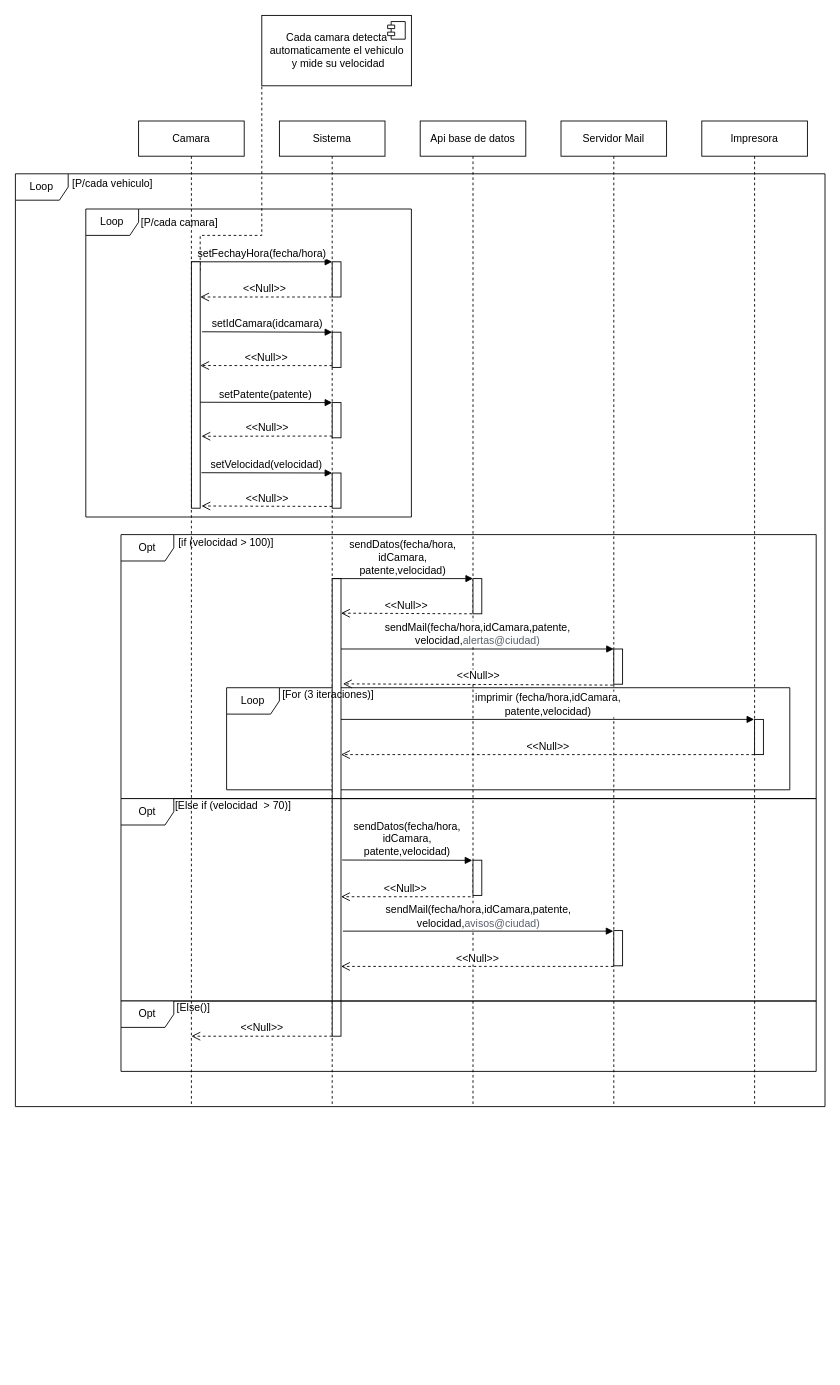
Above: diagrama/Trabajo Practico.drawio in Leonardo1190/izo-isw1-tpds (draw.io), before the change. Source tidied: cells renumbered, new cells numbered last; positions are measured from the earlier drawing's top-left corner, leaving out a move shared by most shapes. Both pictures are drawn from the tidied source at 88%, with x=0, y=0 at pixel (15, 15).
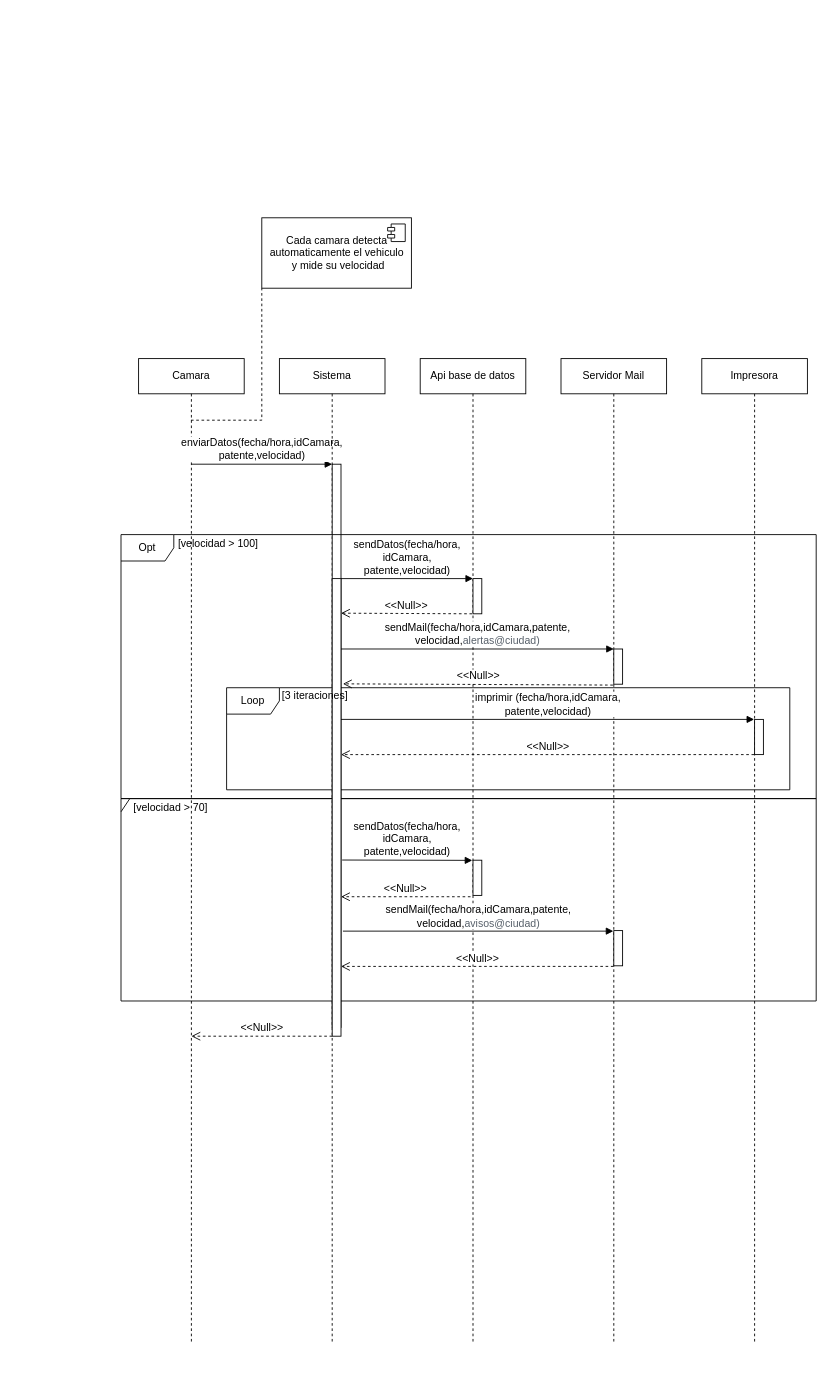
The same diagram, later.

The change refers to these unchanged cells:
```xml
<mxCell id="31" style="html=1;points=[];perimeter=orthogonalPerimeter;fontSize=12;" parent="1" vertex="1">
  <mxGeometry x="360" y="640" width="10" height="520" as="geometry" />
</mxCell>
<mxCell id="32" style="html=1;points=[];perimeter=orthogonalPerimeter;fontSize=12;" parent="1" vertex="1">
  <mxGeometry x="520" y="640" width="10" height="40" as="geometry" />
</mxCell>
```

The edit, as a diff of the source:
```diff
@@
-    <mxCell id="2" value="Loop" style="shape=umlFrame;whiteSpace=wrap;html=1;fontFamily=Helvetica;fontSize=12;" parent="1" vertex="1">
-      <mxGeometry y="180" width="920" height="1060" as="geometry" />
-    </mxCell>
-    <mxCell id="3" value="Loop" style="shape=umlFrame;whiteSpace=wrap;html=1;fontFamily=Helvetica;fontSize=12;" parent="1" vertex="1">
-      <mxGeometry x="240" y="764" width="640" height="116" as="geometry" />
-    </mxCell>
-    <mxCell id="4" value="Loop" style="shape=umlFrame;whiteSpace=wrap;html=1;fontSize=12;" parent="1" vertex="1">
-      <mxGeometry x="80" y="220" width="370" height="350" as="geometry" />
-    </mxCell>
-    <mxCell id="5" value="Sistema" style="shape=umlLifeline;perimeter=lifelinePerimeter;whiteSpace=wrap;html=1;outlineConnect=0;size=40;" parent="1" vertex="1">
-      <mxGeometry x="300" y="120" width="120" height="1120" as="geometry" />
-    </mxCell>
-    <mxCell id="6" value="Servidor Mail" style="shape=umlLifeline;perimeter=lifelinePerimeter;whiteSpace=wrap;html=1;outlineConnect=0;" parent="1" vertex="1">
-      <mxGeometry x="620" y="120" width="120" height="1120" as="geometry" />
-    </mxCell>
-    <mxCell id="7" style="html=1;points=[];perimeter=orthogonalPerimeter;fontSize=12;" parent="6" vertex="1">
-      <mxGeometry x="60" y="600" width="10" height="40" as="geometry" />
-    </mxCell>
-    <mxCell id="8" style="html=1;points=[];perimeter=orthogonalPerimeter;fontFamily=Helvetica;fontSize=12;" parent="6" vertex="1">
-      <mxGeometry x="60" y="920" width="10" height="40" as="geometry" />
-    </mxCell>
-    <mxCell id="9" value="Impresora" style="shape=umlLifeline;perimeter=lifelinePerimeter;whiteSpace=wrap;html=1;outlineConnect=0;" parent="1" vertex="1">
-      <mxGeometry x="780" y="120" width="120" height="1120" as="geometry" />
-    </mxCell>
-    <mxCell id="10" style="html=1;perimeter=orthogonalPerimeter;fontFamily=Helvetica;fontSize=12;" parent="9" vertex="1">
-      <mxGeometry x="60" y="680" width="10" height="40" as="geometry" />
-    </mxCell>
-    <mxCell id="11" value="Api base de datos" style="shape=umlLifeline;perimeter=lifelinePerimeter;whiteSpace=wrap;html=1;" parent="1" vertex="1">
-      <mxGeometry x="460" y="120" width="120" height="1120" as="geometry" />
-    </mxCell>
-    <mxCell id="12" style="html=1;points=[];perimeter=orthogonalPerimeter;fontFamily=Helvetica;fontSize=12;" parent="11" vertex="1">
-      <mxGeometry x="60" y="840" width="10" height="40" as="geometry" />
-    </mxCell>
-    <mxCell id="13" value="&lt;font style=&quot;font-size: 12px;&quot;&gt;setFechayHora(fecha/hora)&lt;br&gt;&lt;/font&gt;" style="html=1;verticalAlign=bottom;endArrow=block;entryX=0;entryY=0;rounded=0;" parent="1" edge="1" source="24" target="26">
-      <mxGeometry relative="1" as="geometry" />
-    </mxCell>
-    <mxCell id="14" value="&lt;font style=&quot;font-size: 12px;&quot;&gt;&amp;lt;&amp;lt;Null&amp;gt;&amp;gt;&lt;/font&gt;" style="html=1;verticalAlign=bottom;endArrow=open;dashed=1;endSize=8;rounded=0;" parent="1" edge="1" source="5">
-      <mxGeometry x="0.03" relative="1" as="geometry">
-        <mxPoint x="210" y="320" as="targetPoint" />
-        <Array as="points">
-          <mxPoint x="340" y="320" />
-          <mxPoint x="300" y="320" />
-        </Array>
-      </mxGeometry>
-    </mxCell>
-    <mxCell id="15" value="&amp;lt;&amp;lt;Null&amp;gt;&amp;gt;" style="html=1;verticalAlign=bottom;endArrow=open;dashed=1;endSize=8;exitX=0;exitY=0.95;rounded=0;fontSize=12;entryX=1;entryY=0.421;entryDx=0;entryDy=0;entryPerimeter=0;" parent="1" edge="1" source="27" target="25">
-      <mxGeometry relative="1" as="geometry" />
-    </mxCell>
-    <mxCell id="16" value="setIdCamara(idcamara)" style="html=1;verticalAlign=bottom;endArrow=block;entryX=0;entryY=0;rounded=0;fontSize=12;exitX=1.21;exitY=0.284;exitDx=0;exitDy=0;exitPerimeter=0;" parent="1" edge="1" source="25" target="27">
-      <mxGeometry relative="1" as="geometry" />
-    </mxCell>
-    <mxCell id="17" value="setPatente(patente)" style="html=1;verticalAlign=bottom;endArrow=block;entryX=0;entryY=0;rounded=0;fontSize=12;exitX=0.934;exitY=0.57;exitDx=0;exitDy=0;exitPerimeter=0;" parent="1" edge="1" source="25" target="28">
-      <mxGeometry relative="1" as="geometry" />
-    </mxCell>
-    <mxCell id="18" value="&amp;lt;&amp;lt;Null&amp;gt;&amp;gt;" style="html=1;verticalAlign=bottom;endArrow=open;dashed=1;endSize=8;exitX=0;exitY=0.95;rounded=0;fontSize=12;entryX=1.141;entryY=0.708;entryDx=0;entryDy=0;entryPerimeter=0;" parent="1" edge="1" source="28" target="25">
-      <mxGeometry relative="1" as="geometry" />
-    </mxCell>
-    <mxCell id="19" value="&amp;lt;&amp;lt;Null&amp;gt;&amp;gt;" style="html=1;verticalAlign=bottom;endArrow=open;dashed=1;endSize=8;exitX=0;exitY=0.95;rounded=0;fontSize=12;entryX=1.141;entryY=0.991;entryDx=0;entryDy=0;entryPerimeter=0;" parent="1" edge="1" source="29" target="25">
-      <mxGeometry relative="1" as="geometry" />
-    </mxCell>
-    <mxCell id="20" value="setVelocidad(velocidad)" style="html=1;verticalAlign=bottom;endArrow=block;entryX=0;entryY=0;rounded=0;fontSize=12;exitX=1.141;exitY=0.856;exitDx=0;exitDy=0;exitPerimeter=0;" parent="1" edge="1" source="25" target="29">
-      <mxGeometry relative="1" as="geometry" />
-    </mxCell>
+    <mxCell id="52" style="group;" parent="1" vertex="1">
+      <mxGeometry x="140" y="40" width="770" height="1500" as="geometry" />
+    </mxCell>
+    <mxCell id="53" style="group;" parent="52" vertex="1">
+      <mxGeometry x="60" y="190" width="710" height="1310" as="geometry" />
+    </mxCell>
-    <mxCell id="21" value="Cada camara detecta &lt;br&gt;automaticamente el vehiculo&lt;br&gt;&amp;nbsp;y mide su velocidad" style="html=1;fontSize=12;" parent="1" vertex="1">
-      <mxGeometry x="280" width="170" height="80" as="geometry" />
+    <mxCell id="21" value="Cada camara detecta &lt;br&gt;automaticamente el vehiculo&lt;br&gt;&amp;nbsp;y mide su velocidad" style="html=1;fontSize=12;" parent="53" vertex="1">
+      <mxGeometry x="80" width="170" height="80" as="geometry" />
     </mxCell>
@@
-    <mxCell id="23" style="endArrow=none;dashed=1;html=1;rounded=0;fontSize=12;entryX=0;entryY=1;entryDx=0;entryDy=0;" parent="1" edge="1" target="21">
+    <mxCell id="23" style="endArrow=none;dashed=1;html=1;rounded=0;fontSize=12;entryX=0;entryY=1;entryDx=0;entryDy=0;" parent="53" edge="1" source="24" target="21">
       <mxGeometry relative="1" as="geometry">
-        <mxPoint x="210" y="290" as="sourcePoint" />
         <Array as="points">
-          <mxPoint x="210" y="250" />
-          <mxPoint x="280" y="250" />
+          <mxPoint x="10" y="230" />
+          <mxPoint x="80" y="230" />
         </Array>
       </mxGeometry>
     </mxCell>
-    <mxCell id="24" value="Camara" style="shape=umlLifeline;perimeter=lifelinePerimeter;whiteSpace=wrap;html=1;outlineConnect=0;size=40;" parent="1" vertex="1">
-      <mxGeometry x="140" y="120" width="120" height="1120" as="geometry" />
+    <mxCell id="24" value="Camara" style="shape=umlLifeline;perimeter=lifelinePerimeter;whiteSpace=wrap;html=1;outlineConnect=0;size=40;" parent="53" vertex="1">
+      <mxGeometry x="-60" y="160" width="120" height="1120" as="geometry" />
     </mxCell>
-    <mxCell id="25" style="html=1;points=[];perimeter=orthogonalPerimeter;" parent="1" vertex="1">
-      <mxGeometry x="200" y="280" width="10" height="280" as="geometry" />
-    </mxCell>
-    <mxCell id="26" style="html=1;points=[];perimeter=orthogonalPerimeter;" parent="1" vertex="1">
-      <mxGeometry x="360" y="280" width="10" height="40" as="geometry" />
-    </mxCell>
-    <mxCell id="27" style="html=1;points=[];perimeter=orthogonalPerimeter;fontSize=12;" parent="1" vertex="1">
-      <mxGeometry x="360" y="360" width="10" height="40" as="geometry" />
-    </mxCell>
-    <mxCell id="28" style="html=1;points=[];perimeter=orthogonalPerimeter;fontSize=12;" parent="1" vertex="1">
-      <mxGeometry x="360" y="440" width="10" height="40" as="geometry" />
-    </mxCell>
-    <mxCell id="29" style="html=1;points=[];perimeter=orthogonalPerimeter;fontSize=12;" parent="1" vertex="1">
-      <mxGeometry x="360" y="520" width="10" height="40" as="geometry" />
-    </mxCell>
-    <mxCell id="30" value=" [P/cada camara]" style="text;align=center;fontStyle=0;verticalAlign=middle;spacingLeft=3;spacingRight=3;strokeColor=none;fontSize=12;" parent="1" vertex="1">
-      <mxGeometry x="140" y="220" width="90" height="30" as="geometry" />
-    </mxCell>
+    <mxCell id="13" value="&lt;font style=&quot;font-size: 12px;&quot;&gt;enviarDatos(fecha/hora,idCamara,&lt;br&gt;patente,velocidad)&lt;br&gt;&lt;/font&gt;" style="html=1;verticalAlign=bottom;endArrow=block;entryX=0;entryY=0;rounded=0;" parent="53" edge="1">
+      <mxGeometry relative="1" as="geometry">
+        <mxPoint y="280" as="sourcePoint" />
+        <mxPoint x="160" y="280" as="targetPoint" />
+      </mxGeometry>
+    </mxCell>
+    <mxCell id="5" value="Sistema" style="shape=umlLifeline;perimeter=lifelinePerimeter;whiteSpace=wrap;html=1;outlineConnect=0;size=40;" parent="53" vertex="1">
+      <mxGeometry x="100" y="160" width="120" height="1120" as="geometry" />
+    </mxCell>
+    <mxCell id="54" style="html=1;perimeter=orthogonalPerimeter;" parent="53" vertex="1">
+      <mxGeometry x="160" y="280" width="10" height="640" as="geometry" />
+    </mxCell>
+    <mxCell id="50" style="shape=umlFrame;whiteSpace=wrap;html=1;fontFamily=Helvetica;fontSize=12;width=10;height=15;" parent="53" vertex="1">
+      <mxGeometry x="-80" y="660" width="790" height="230" as="geometry" />
+    </mxCell>
+    <mxCell id="11" value="Api base de datos" style="shape=umlLifeline;perimeter=lifelinePerimeter;whiteSpace=wrap;html=1;" parent="52" vertex="1">
+      <mxGeometry x="320" y="350" width="120" height="1120" as="geometry" />
+    </mxCell>
+    <mxCell id="6" value="Servidor Mail" style="shape=umlLifeline;perimeter=lifelinePerimeter;whiteSpace=wrap;html=1;outlineConnect=0;" parent="52" vertex="1">
+      <mxGeometry x="480" y="350" width="120" height="1120" as="geometry" />
+    </mxCell>
+    <mxCell id="9" value="Impresora" style="shape=umlLifeline;perimeter=lifelinePerimeter;whiteSpace=wrap;html=1;outlineConnect=0;" parent="52" vertex="1">
+      <mxGeometry x="640" y="350" width="120" height="1120" as="geometry" />
+    </mxCell>
+    <mxCell id="49" value="Opt" style="shape=umlFrame;whiteSpace=wrap;html=1;fontFamily=Helvetica;fontSize=12;" parent="52" vertex="1">
+      <mxGeometry x="-20" y="550" width="790" height="300" as="geometry" />
+    </mxCell>
+    <mxCell id="3" value="Loop" style="shape=umlFrame;whiteSpace=wrap;html=1;fontFamily=Helvetica;fontSize=12;" parent="1" vertex="1">
+      <mxGeometry x="240" y="764" width="640" height="116" as="geometry" />
+    </mxCell>
@@
-    <mxCell id="33" value="sendDatos(fecha/hora,&lt;br&gt;idCamara,&lt;br&gt;patente,velocidad)" style="html=1;verticalAlign=bottom;endArrow=block;rounded=0;fontSize=12;entryX=0;entryY=0;entryDx=0;entryDy=0;entryPerimeter=0;exitX=0;exitY=0;exitDx=0;exitDy=0;exitPerimeter=0;" parent="1" edge="1" source="31" target="32">
-      <mxGeometry relative="1" as="geometry" />
+    <mxCell id="33" value="sendDatos(fecha/hora,&lt;br&gt;idCamara,&lt;br&gt;patente,velocidad)" style="html=1;verticalAlign=bottom;endArrow=block;rounded=0;fontSize=12;entryX=0;entryY=0;entryDx=0;entryDy=0;entryPerimeter=0;" parent="1" edge="1" target="32">
+      <mxGeometry relative="1" as="geometry">
+        <mxPoint x="370" y="640" as="sourcePoint" />
+      </mxGeometry>
     </mxCell>
@@
-    <mxCell id="39" value=" [For (3 iteraciones)]" style="text;align=center;fontStyle=0;verticalAlign=middle;spacingLeft=3;spacingRight=3;strokeColor=none;fontSize=12;" parent="1" vertex="1">
-      <mxGeometry x="309" y="756" width="90" height="30" as="geometry" />
+    <mxCell id="39" value=" [3 iteraciones]" style="text;align=center;fontStyle=0;verticalAlign=middle;spacingLeft=3;spacingRight=3;strokeColor=none;fontSize=12;" parent="1" vertex="1">
+      <mxGeometry x="294" y="757" width="90" height="30" as="geometry" />
     </mxCell>
-    <mxCell id="40" value=" [if (velocidad &gt; 100)]" style="text;align=center;fontStyle=0;verticalAlign=middle;spacingLeft=3;spacingRight=3;strokeColor=none;fontSize=12;" parent="1" vertex="1">
-      <mxGeometry x="193" y="583" width="90" height="30" as="geometry" />
+    <mxCell id="40" value=" [velocidad &gt; 100]" style="text;align=center;fontStyle=0;verticalAlign=middle;spacingLeft=3;spacingRight=3;strokeColor=none;fontSize=12;" parent="1" vertex="1">
+      <mxGeometry x="184" y="585" width="90" height="30" as="geometry" />
     </mxCell>
@@
-    <mxCell id="42" value=" [Else if (velocidad  &gt; 70)]" style="text;align=center;fontStyle=0;verticalAlign=middle;spacingLeft=3;spacingRight=3;strokeColor=none;fontSize=12;" parent="1" vertex="1">
-      <mxGeometry x="201" y="882" width="90" height="30" as="geometry" />
+    <mxCell id="42" value=" [velocidad &gt; 70]" style="text;align=center;fontStyle=0;verticalAlign=middle;spacingLeft=3;spacingRight=3;strokeColor=none;fontSize=12;" parent="1" vertex="1">
+      <mxGeometry x="130" y="885" width="90" height="30" as="geometry" />
     </mxCell>
@@
-    <mxCell id="46" value=" [Else()]" style="text;align=center;fontStyle=0;verticalAlign=middle;spacingLeft=3;spacingRight=3;strokeColor=none;fontSize=12;" parent="1" vertex="1">
-      <mxGeometry x="156" y="1112" width="90" height="30" as="geometry" />
-    </mxCell>
@@
-    <mxCell id="48" value=" [P/cada vehiculo]" style="text;align=center;fontStyle=0;verticalAlign=middle;spacingLeft=3;spacingRight=3;strokeColor=none;fontSize=12;" parent="1" vertex="1">
-      <mxGeometry x="64" y="176" width="90" height="30" as="geometry" />
-    </mxCell>
-    <mxCell id="49" value="Opt" style="shape=umlFrame;whiteSpace=wrap;html=1;fontFamily=Helvetica;fontSize=12;" parent="1" vertex="1">
-      <mxGeometry x="120" y="590" width="790" height="300" as="geometry" />
-    </mxCell>
-    <mxCell id="50" value="Opt" style="shape=umlFrame;whiteSpace=wrap;html=1;fontFamily=Helvetica;fontSize=12;" parent="1" vertex="1">
-      <mxGeometry x="120" y="890" width="790" height="230" as="geometry" />
-    </mxCell>
-    <mxCell id="51" value="Opt" style="shape=umlFrame;whiteSpace=wrap;html=1;fontFamily=Helvetica;fontSize=12;" parent="1" vertex="1">
-      <mxGeometry x="120" y="1120" width="790" height="80" as="geometry" />
-    </mxCell>
+    <mxCell id="12" style="html=1;points=[];perimeter=orthogonalPerimeter;fontFamily=Helvetica;fontSize=12;" parent="1" vertex="1">
+      <mxGeometry x="520" y="960" width="10" height="40" as="geometry" />
+    </mxCell>
+    <mxCell id="7" style="html=1;points=[];perimeter=orthogonalPerimeter;fontSize=12;" parent="1" vertex="1">
+      <mxGeometry x="680" y="720" width="10" height="40" as="geometry" />
+    </mxCell>
+    <mxCell id="8" style="html=1;points=[];perimeter=orthogonalPerimeter;fontFamily=Helvetica;fontSize=12;" parent="1" vertex="1">
+      <mxGeometry x="680" y="1040" width="10" height="40" as="geometry" />
+    </mxCell>
+    <mxCell id="10" style="html=1;perimeter=orthogonalPerimeter;fontFamily=Helvetica;fontSize=12;" parent="1" vertex="1">
+      <mxGeometry x="840" y="800" width="10" height="40" as="geometry" />
+    </mxCell>
```
